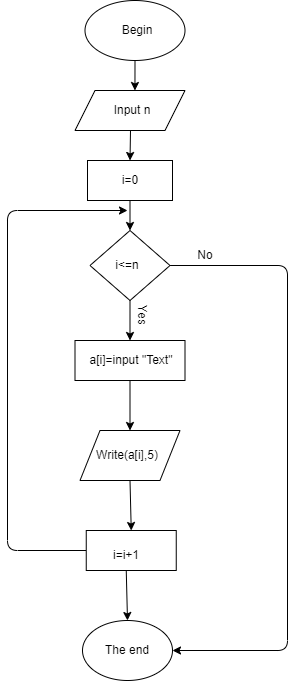
Earlier version of the draw.io export Example_block_diagram-create-array.drawio.png (Radif98/ControlWork_SRR). Source tidied: cells renumbered, new cells last; positions are measured from the earlier drawing's top-left corner, leaving out a move shared by most shapes.
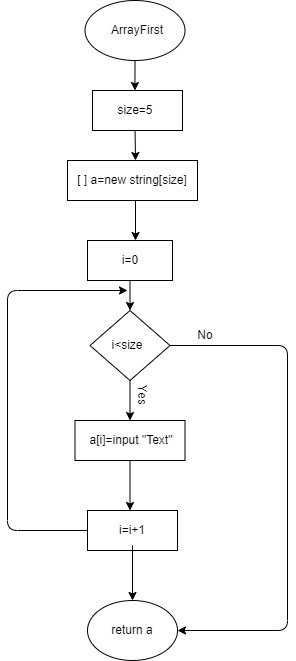
After the commit.

The edit, as a diff of the source:
```diff
@@ -2,18 +2,17 @@
   <root>
     <mxCell id="0" />
     <mxCell id="1" parent="0" />
-    <mxCell id="2" style="edgeStyle=none;html=1;exitX=0.5;exitY=1;exitDx=0;exitDy=0;entryX=0.545;entryY=0;entryDx=0;entryDy=0;entryPerimeter=0;" parent="1" edge="1" source="3" target="5">
-      <mxGeometry relative="1" as="geometry" />
+    <mxCell id="2" style="edgeStyle=none;html=1;exitX=0.5;exitY=1;exitDx=0;exitDy=0;entryX=0.545;entryY=0;entryDx=0;entryDy=0;entryPerimeter=0;" parent="1" edge="1" source="3">
+      <mxGeometry relative="1" as="geometry">
+        <mxPoint x="127.5" y="10" as="targetPoint" />
+      </mxGeometry>
     </mxCell>
     <mxCell id="3" style="ellipse;whiteSpace=wrap;html=1;" parent="1" vertex="1">
-      <mxGeometry x="77.5" width="100" height="60" as="geometry" />
+      <mxGeometry x="77.5" y="-80" width="100" height="60" as="geometry" />
     </mxCell>
-    <mxCell id="4" value="Begin" style="text;html=1;strokeColor=none;fillColor=none;align=center;verticalAlign=middle;whiteSpace=wrap;rounded=0;" parent="1" vertex="1">
-      <mxGeometry x="100" y="15" width="60" height="30" as="geometry" />
+    <mxCell id="4" value="ArrayFirst" style="text;html=1;strokeColor=none;fillColor=none;align=center;verticalAlign=middle;whiteSpace=wrap;rounded=0;" parent="1" vertex="1">
+      <mxGeometry x="100" y="-65" width="60" height="30" as="geometry" />
     </mxCell>
-    <mxCell id="5" style="shape=parallelogram;perimeter=parallelogramPerimeter;whiteSpace=wrap;html=1;fixedSize=1;" parent="1" vertex="1">
-      <mxGeometry x="67.5" y="90" width="110" height="40" as="geometry" />
-    </mxCell>
     <mxCell id="6" style="edgeStyle=none;html=1;exitX=0.5;exitY=1;exitDx=0;exitDy=0;entryX=0.5;entryY=0;entryDx=0;entryDy=0;" parent="1" edge="1" source="7" target="10">
       <mxGeometry relative="1" as="geometry" />
     </mxCell>
@@ -27,68 +26,59 @@
       <mxGeometry relative="1" as="geometry">
         <Array as="points">
           <mxPoint x="280" y="265" />
-          <mxPoint x="280" y="650" />
+          <mxPoint x="280" y="550" />
         </Array>
       </mxGeometry>
     </mxCell>
     <mxCell id="10" style="rhombus;whiteSpace=wrap;html=1;" parent="1" vertex="1">
       <mxGeometry x="82.5" y="230" width="80" height="70" as="geometry" />
     </mxCell>
-    <mxCell id="11" style="edgeStyle=none;html=1;exitX=0.5;exitY=1;exitDx=0;exitDy=0;entryX=0.5;entryY=0;entryDx=0;entryDy=0;" parent="1" edge="1" source="12" target="14">
-      <mxGeometry relative="1" as="geometry" />
+    <mxCell id="11" style="edgeStyle=none;html=1;exitX=0.5;exitY=1;exitDx=0;exitDy=0;entryX=0.5;entryY=0;entryDx=0;entryDy=0;" parent="1" edge="1" source="12">
+      <mxGeometry relative="1" as="geometry">
+        <mxPoint x="122.5" y="430" as="targetPoint" />
+      </mxGeometry>
     </mxCell>
     <mxCell id="12" style="rounded=0;whiteSpace=wrap;html=1;" parent="1" vertex="1">
       <mxGeometry x="67.5" y="340" width="110" height="40" as="geometry" />
     </mxCell>
-    <mxCell id="13" style="edgeStyle=none;html=1;exitX=0.5;exitY=1;exitDx=0;exitDy=0;entryX=0.5;entryY=0;entryDx=0;entryDy=0;" parent="1" edge="1" source="14" target="16">
-      <mxGeometry relative="1" as="geometry" />
-    </mxCell>
-    <mxCell id="14" style="shape=parallelogram;perimeter=parallelogramPerimeter;whiteSpace=wrap;html=1;fixedSize=1;" parent="1" vertex="1">
-      <mxGeometry x="72.5" y="430" width="100" height="50" as="geometry" />
-    </mxCell>
     <mxCell id="15" style="edgeStyle=none;html=1;exitX=0;exitY=0.5;exitDx=0;exitDy=0;" parent="1" edge="1" source="16">
       <mxGeometry relative="1" as="geometry">
         <mxPoint x="120" y="210" as="targetPoint" />
         <Array as="points">
-          <mxPoint y="550" />
+          <mxPoint y="450" />
           <mxPoint y="210" />
         </Array>
       </mxGeometry>
     </mxCell>
     <mxCell id="16" style="rounded=0;whiteSpace=wrap;html=1;" parent="1" vertex="1">
-      <mxGeometry x="78.8" y="530" width="90" height="40" as="geometry" />
+      <mxGeometry x="80" y="430" width="90" height="40" as="geometry" />
     </mxCell>
     <mxCell id="17" style="ellipse;whiteSpace=wrap;html=1;" parent="1" vertex="1">
-      <mxGeometry x="75" y="620" width="90" height="60" as="geometry" />
+      <mxGeometry x="80" y="520" width="90" height="60" as="geometry" />
     </mxCell>
-    <mxCell id="18" style="edgeStyle=none;html=1;entryX=0.5;entryY=0;entryDx=0;entryDy=0;" parent="1" edge="1" target="7">
+    <mxCell id="18" style="edgeStyle=none;html=1;startArrow=none;" parent="1" edge="1">
       <mxGeometry relative="1" as="geometry">
-        <mxPoint x="123" y="130" as="sourcePoint" />
+        <mxPoint x="128" y="120" as="sourcePoint" />
+        <mxPoint x="128" y="160" as="targetPoint" />
       </mxGeometry>
     </mxCell>
-    <mxCell id="19" value="Input n" style="text;html=1;strokeColor=none;fillColor=none;align=center;verticalAlign=middle;whiteSpace=wrap;rounded=0;" parent="1" vertex="1">
-      <mxGeometry x="95" y="95" width="60" height="30" as="geometry" />
-    </mxCell>
     <mxCell id="20" value="i=0" style="text;html=1;strokeColor=none;fillColor=none;align=center;verticalAlign=middle;whiteSpace=wrap;rounded=0;" parent="1" vertex="1">
       <mxGeometry x="92.5" y="165" width="60" height="30" as="geometry" />
     </mxCell>
-    <mxCell id="21" value="i&amp;lt;=n" style="text;html=1;strokeColor=none;fillColor=none;align=center;verticalAlign=middle;whiteSpace=wrap;rounded=0;" parent="1" vertex="1">
+    <mxCell id="21" value="i&amp;lt;size" style="text;html=1;strokeColor=none;fillColor=none;align=center;verticalAlign=middle;whiteSpace=wrap;rounded=0;" parent="1" vertex="1">
       <mxGeometry x="90" y="250" width="60" height="30" as="geometry" />
     </mxCell>
     <mxCell id="22" value="a[i]=input &quot;Text&quot;" style="text;html=1;strokeColor=none;fillColor=none;align=center;verticalAlign=middle;whiteSpace=wrap;rounded=0;" parent="1" vertex="1">
       <mxGeometry x="80" y="345" width="87.5" height="30" as="geometry" />
     </mxCell>
-    <mxCell id="23" value="Write(a[i],5)" style="text;html=1;strokeColor=none;fillColor=none;align=center;verticalAlign=middle;whiteSpace=wrap;rounded=0;" parent="1" vertex="1">
-      <mxGeometry x="90" y="440" width="60" height="30" as="geometry" />
-    </mxCell>
     <mxCell id="24" style="edgeStyle=none;html=1;exitX=0.5;exitY=1;exitDx=0;exitDy=0;entryX=0.5;entryY=0;entryDx=0;entryDy=0;" parent="1" edge="1" source="25" target="17">
       <mxGeometry relative="1" as="geometry" />
     </mxCell>
     <mxCell id="25" value="i=i+1" style="text;html=1;strokeColor=none;fillColor=none;align=center;verticalAlign=middle;whiteSpace=wrap;rounded=0;" parent="1" vertex="1">
-      <mxGeometry x="88.8" y="540" width="60" height="30" as="geometry" />
+      <mxGeometry x="95" y="435" width="60" height="30" as="geometry" />
     </mxCell>
-    <mxCell id="26" value="The end" style="text;html=1;strokeColor=none;fillColor=none;align=center;verticalAlign=middle;whiteSpace=wrap;rounded=0;" parent="1" vertex="1">
-      <mxGeometry x="90" y="635" width="60" height="30" as="geometry" />
+    <mxCell id="26" value="return a" style="text;html=1;strokeColor=none;fillColor=none;align=center;verticalAlign=middle;whiteSpace=wrap;rounded=0;" parent="1" vertex="1">
+      <mxGeometry x="95" y="535" width="60" height="30" as="geometry" />
     </mxCell>
     <mxCell id="27" value="Yes" style="text;html=1;strokeColor=none;fillColor=none;align=center;verticalAlign=middle;whiteSpace=wrap;rounded=0;rotation=90;" parent="1" vertex="1">
       <mxGeometry x="105" y="300" width="60" height="30" as="geometry" />
@@ -96,5 +86,22 @@
     <mxCell id="28" value="No" style="text;html=1;strokeColor=none;fillColor=none;align=center;verticalAlign=middle;whiteSpace=wrap;rounded=0;" parent="1" vertex="1">
       <mxGeometry x="167.5" y="240" width="60" height="30" as="geometry" />
     </mxCell>
+    <mxCell id="29" style="edgeStyle=none;html=1;exitX=0.5;exitY=1;exitDx=0;exitDy=0;" parent="1" edge="1" source="31">
+      <mxGeometry relative="1" as="geometry">
+        <mxPoint x="128" y="80" as="targetPoint" />
+      </mxGeometry>
+    </mxCell>
+    <mxCell id="30" style="rounded=0;whiteSpace=wrap;html=1;" parent="1" vertex="1">
+      <mxGeometry x="85" y="10" width="90" height="40" as="geometry" />
+    </mxCell>
+    <mxCell id="31" value="size=5" style="text;html=1;strokeColor=none;fillColor=none;align=center;verticalAlign=middle;whiteSpace=wrap;rounded=0;" parent="1" vertex="1">
+      <mxGeometry x="97.5" y="15" width="60" height="30" as="geometry" />
+    </mxCell>
+    <mxCell id="32" style="rounded=0;whiteSpace=wrap;html=1;" parent="1" vertex="1">
+      <mxGeometry x="60" y="80" width="130" height="40" as="geometry" />
+    </mxCell>
+    <mxCell id="33" value="[ ] a=new string[size]" style="text;html=1;strokeColor=none;fillColor=none;align=center;verticalAlign=middle;whiteSpace=wrap;rounded=0;" parent="1" vertex="1">
+      <mxGeometry x="60" y="85" width="130" height="30" as="geometry" />
+    </mxCell>
   </root>
 </mxGraphModel>
```
